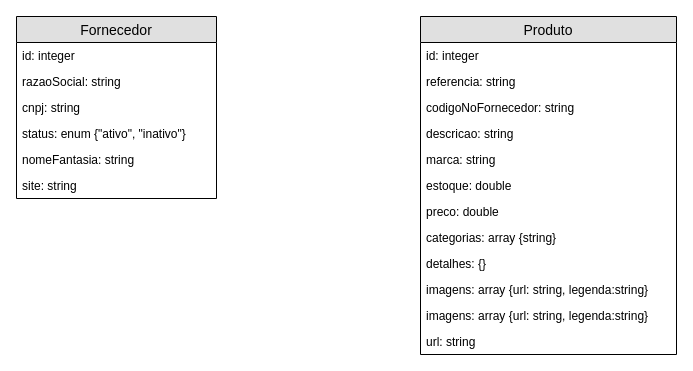
caiosduarte/aws-montagem-exibicao-catalogo keeps this draw.io diagram as page "Modelo de Dados" (3 of 3) of doc/sistema-drop-shipping-com-gateway.drawio. Above is the earlier version. Source tidied: cells renumbered, new cells numbered last; positions are measured from the earlier drawing's top-left corner, leaving out a move shared by most shapes. Both pictures are drawn from the tidied source at 100%, with x=0, y=0 at pixel (16, 16).
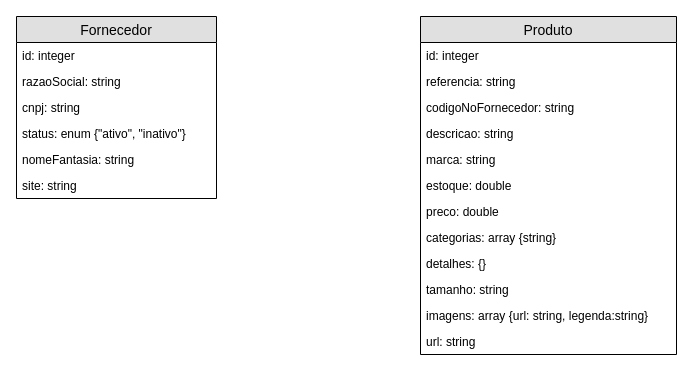
After the change.

Commit message:
acrescentado o tamanho no modelo de dados

The change refers to these unchanged cells:
```xml
<mxCell id="9" value="Produto" style="swimlane;fontStyle=0;horizontal=1;startSize=26;fillColor=#e0e0e0;swimlaneFillColor=#ffffff;align=center;fontSize=14;" parent="1" vertex="1">
  <mxGeometry x="404" width="256" height="338" as="geometry" />
</mxCell>
```

Diff of the diagram source:
```diff
@@
-    <mxCell id="19" value="imagens: array {url: string, legenda:string}&#10;" style="text;strokeColor=none;fillColor=none;spacingLeft=4;spacingRight=4;overflow=hidden;fontSize=12;" parent="9" vertex="1">
+    <mxCell id="19" value="tamanho: string" style="text;strokeColor=none;fillColor=none;spacingLeft=4;spacingRight=4;overflow=hidden;fontSize=12;" parent="9" vertex="1">
       <mxGeometry y="260" width="256" height="26" as="geometry" />
     </mxCell>
```
